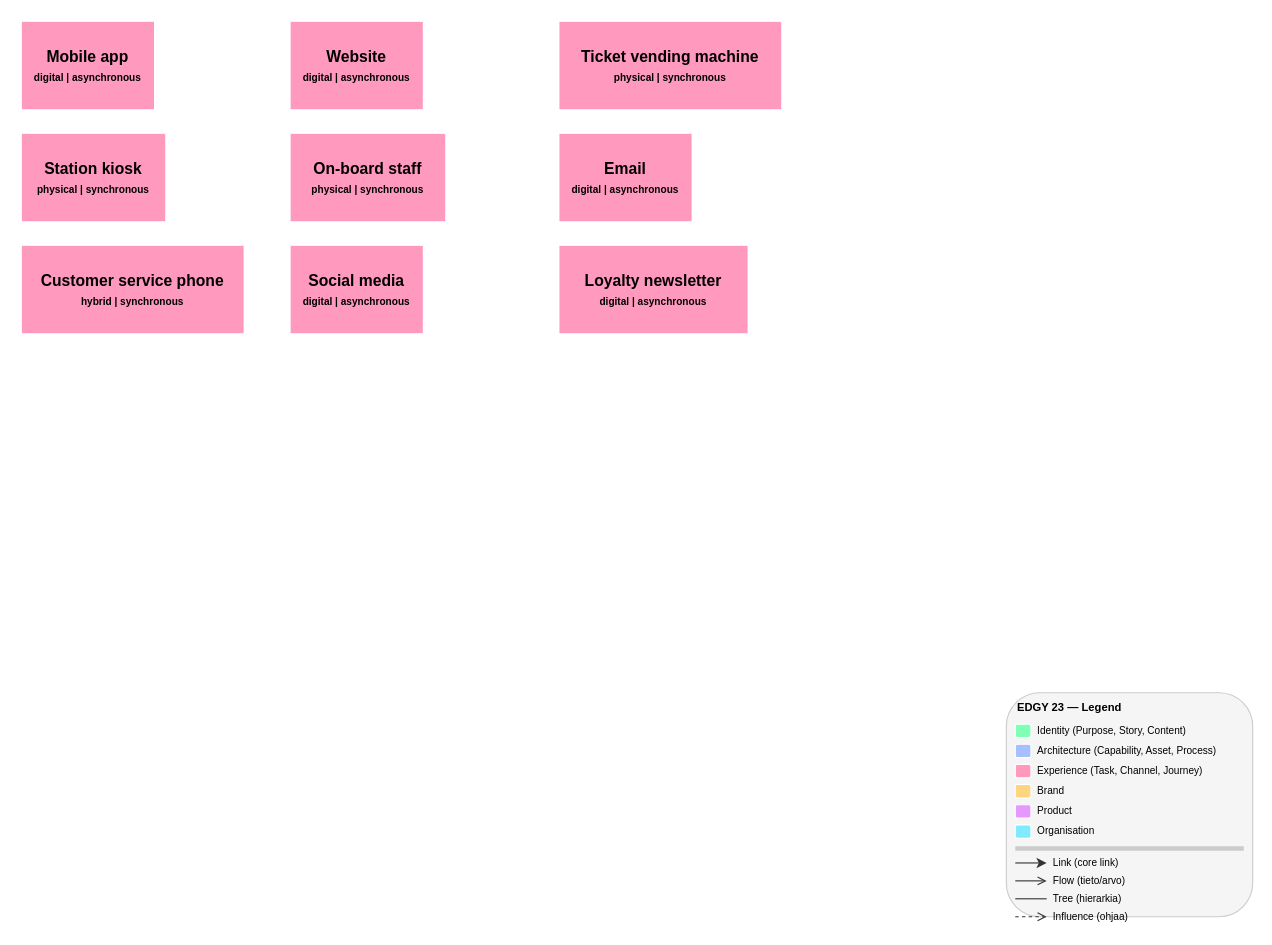
Above: skills/documentation/edgy-diagram/examples/expected-channel.drawio in Rahola/edgy-skills (draw.io), before the change. Source tidied: cells renumbered, new cells numbered last; positions are measured from the earlier drawing's top-left corner, leaving out a move shared by most shapes. Both pictures are drawn from the tidied source at 112%, with x=0, y=0 at pixel (20, 20).
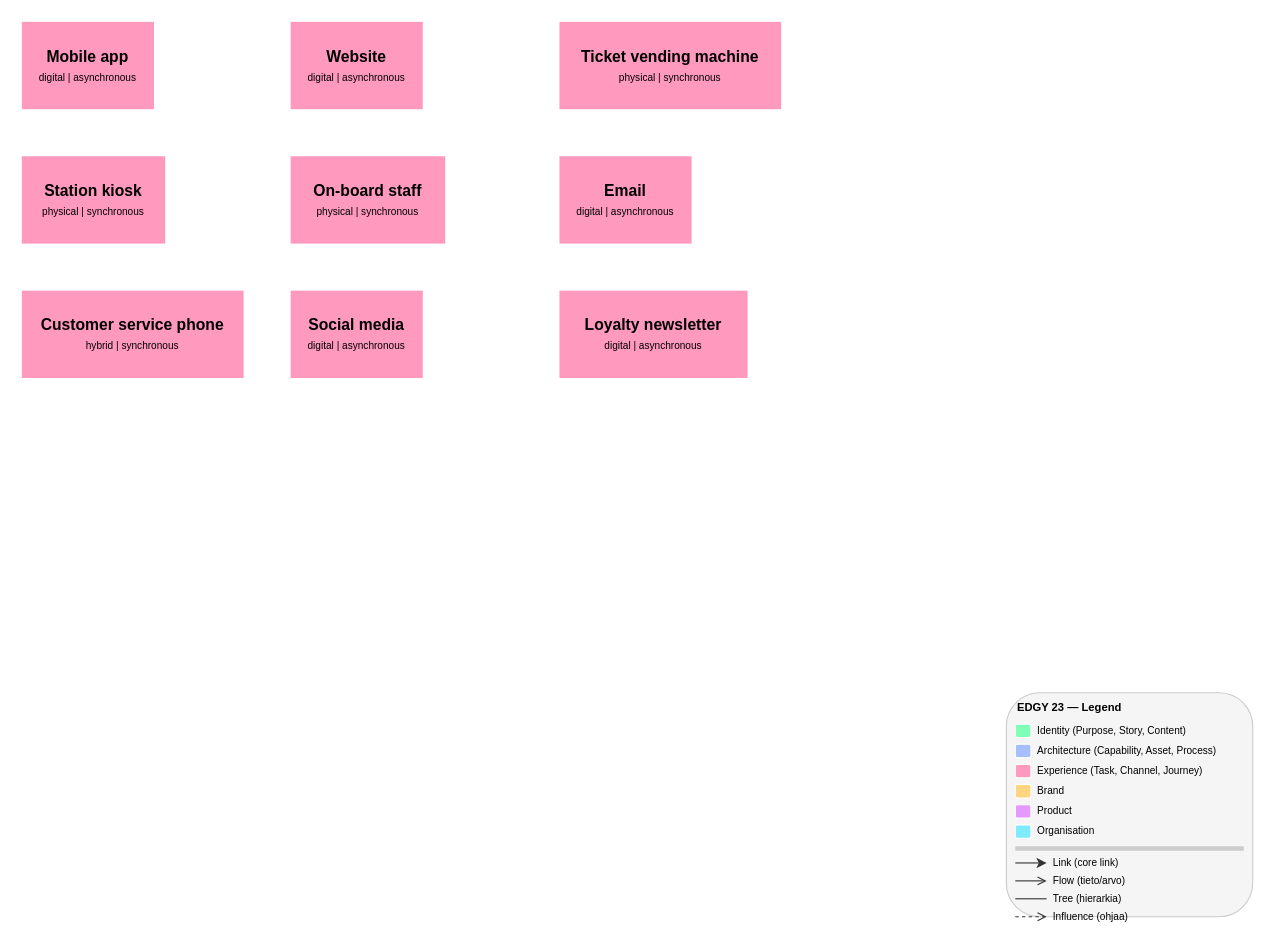
The same diagram, later.

The edit, as a diff of the source:
```diff
@@
-    <mxCell id="2" value="&lt;b&gt;Mobile app&lt;/b&gt;&lt;br&gt;&lt;font style=&quot;font-size:9px&quot;&gt;digital | asynchronous&lt;/font&gt;" style="whiteSpace=wrap;html=1;fillColor=#ff99bd;strokeColor=#FFFFFF;strokeWidth=2;verticalAlign=middle;fontStyle=1;fontSize=14;" parent="1" vertex="1">
+    <mxCell id="2" value="&lt;b&gt;Mobile app&lt;/b&gt;&lt;br&gt;&lt;font style=&quot;font-size:9px;font-weight:normal&quot;&gt;digital | asynchronous&lt;/font&gt;" style="whiteSpace=wrap;html=1;fillColor=#ff99bd;strokeColor=#FFFFFF;strokeWidth=2;verticalAlign=middle;fontStyle=1;fontSize=14;" parent="1" vertex="1">
       <mxGeometry width="120" height="80" as="geometry" />
     </mxCell>
-    <mxCell id="3" value="&lt;b&gt;Website&lt;/b&gt;&lt;br&gt;&lt;font style=&quot;font-size:9px&quot;&gt;digital | asynchronous&lt;/font&gt;" style="whiteSpace=wrap;html=1;fillColor=#ff99bd;strokeColor=#FFFFFF;strokeWidth=2;verticalAlign=middle;fontStyle=1;fontSize=14;" parent="1" vertex="1">
+    <mxCell id="3" value="&lt;b&gt;Website&lt;/b&gt;&lt;br&gt;&lt;font style=&quot;font-size:9px;font-weight:normal&quot;&gt;digital | asynchronous&lt;/font&gt;" style="whiteSpace=wrap;html=1;fillColor=#ff99bd;strokeColor=#FFFFFF;strokeWidth=2;verticalAlign=middle;fontStyle=1;fontSize=14;" parent="1" vertex="1">
       <mxGeometry x="240" width="120" height="80" as="geometry" />
     </mxCell>
-    <mxCell id="4" value="&lt;b&gt;Ticket vending machine&lt;/b&gt;&lt;br&gt;&lt;font style=&quot;font-size:9px&quot;&gt;physical | synchronous&lt;/font&gt;" style="whiteSpace=wrap;html=1;fillColor=#ff99bd;strokeColor=#FFFFFF;strokeWidth=2;verticalAlign=middle;fontStyle=1;fontSize=14;" parent="1" vertex="1">
+    <mxCell id="4" value="&lt;b&gt;Ticket vending machine&lt;/b&gt;&lt;br&gt;&lt;font style=&quot;font-size:9px;font-weight:normal&quot;&gt;physical | synchronous&lt;/font&gt;" style="whiteSpace=wrap;html=1;fillColor=#ff99bd;strokeColor=#FFFFFF;strokeWidth=2;verticalAlign=middle;fontStyle=1;fontSize=14;" parent="1" vertex="1">
       <mxGeometry x="480" width="200" height="80" as="geometry" />
     </mxCell>
-    <mxCell id="5" value="&lt;b&gt;Station kiosk&lt;/b&gt;&lt;br&gt;&lt;font style=&quot;font-size:9px&quot;&gt;physical | synchronous&lt;/font&gt;" style="whiteSpace=wrap;html=1;fillColor=#ff99bd;strokeColor=#FFFFFF;strokeWidth=2;verticalAlign=middle;fontStyle=1;fontSize=14;" parent="1" vertex="1">
-      <mxGeometry y="100" width="130" height="80" as="geometry" />
+    <mxCell id="5" value="&lt;b&gt;Station kiosk&lt;/b&gt;&lt;br&gt;&lt;font style=&quot;font-size:9px;font-weight:normal&quot;&gt;physical | synchronous&lt;/font&gt;" style="whiteSpace=wrap;html=1;fillColor=#ff99bd;strokeColor=#FFFFFF;strokeWidth=2;verticalAlign=middle;fontStyle=1;fontSize=14;" parent="1" vertex="1">
+      <mxGeometry y="120" width="130" height="80" as="geometry" />
     </mxCell>
-    <mxCell id="6" value="&lt;b&gt;On-board staff&lt;/b&gt;&lt;br&gt;&lt;font style=&quot;font-size:9px&quot;&gt;physical | synchronous&lt;/font&gt;" style="whiteSpace=wrap;html=1;fillColor=#ff99bd;strokeColor=#FFFFFF;strokeWidth=2;verticalAlign=middle;fontStyle=1;fontSize=14;" parent="1" vertex="1">
-      <mxGeometry x="240" y="100" width="140" height="80" as="geometry" />
+    <mxCell id="6" value="&lt;b&gt;On-board staff&lt;/b&gt;&lt;br&gt;&lt;font style=&quot;font-size:9px;font-weight:normal&quot;&gt;physical | synchronous&lt;/font&gt;" style="whiteSpace=wrap;html=1;fillColor=#ff99bd;strokeColor=#FFFFFF;strokeWidth=2;verticalAlign=middle;fontStyle=1;fontSize=14;" parent="1" vertex="1">
+      <mxGeometry x="240" y="120" width="140" height="80" as="geometry" />
     </mxCell>
-    <mxCell id="7" value="&lt;b&gt;Email&lt;/b&gt;&lt;br&gt;&lt;font style=&quot;font-size:9px&quot;&gt;digital | asynchronous&lt;/font&gt;" style="whiteSpace=wrap;html=1;fillColor=#ff99bd;strokeColor=#FFFFFF;strokeWidth=2;verticalAlign=middle;fontStyle=1;fontSize=14;" parent="1" vertex="1">
-      <mxGeometry x="480" y="100" width="120" height="80" as="geometry" />
+    <mxCell id="7" value="&lt;b&gt;Email&lt;/b&gt;&lt;br&gt;&lt;font style=&quot;font-size:9px;font-weight:normal&quot;&gt;digital | asynchronous&lt;/font&gt;" style="whiteSpace=wrap;html=1;fillColor=#ff99bd;strokeColor=#FFFFFF;strokeWidth=2;verticalAlign=middle;fontStyle=1;fontSize=14;" parent="1" vertex="1">
+      <mxGeometry x="480" y="120" width="120" height="80" as="geometry" />
     </mxCell>
-    <mxCell id="8" value="&lt;b&gt;Customer service phone&lt;/b&gt;&lt;br&gt;&lt;font style=&quot;font-size:9px&quot;&gt;hybrid | synchronous&lt;/font&gt;" style="whiteSpace=wrap;html=1;fillColor=#ff99bd;strokeColor=#FFFFFF;strokeWidth=2;verticalAlign=middle;fontStyle=1;fontSize=14;" parent="1" vertex="1">
-      <mxGeometry y="200" width="200" height="80" as="geometry" />
+    <mxCell id="8" value="&lt;b&gt;Customer service phone&lt;/b&gt;&lt;br&gt;&lt;font style=&quot;font-size:9px;font-weight:normal&quot;&gt;hybrid | synchronous&lt;/font&gt;" style="whiteSpace=wrap;html=1;fillColor=#ff99bd;strokeColor=#FFFFFF;strokeWidth=2;verticalAlign=middle;fontStyle=1;fontSize=14;" parent="1" vertex="1">
+      <mxGeometry y="240" width="200" height="80" as="geometry" />
     </mxCell>
-    <mxCell id="9" value="&lt;b&gt;Social media&lt;/b&gt;&lt;br&gt;&lt;font style=&quot;font-size:9px&quot;&gt;digital | asynchronous&lt;/font&gt;" style="whiteSpace=wrap;html=1;fillColor=#ff99bd;strokeColor=#FFFFFF;strokeWidth=2;verticalAlign=middle;fontStyle=1;fontSize=14;" parent="1" vertex="1">
-      <mxGeometry x="240" y="200" width="120" height="80" as="geometry" />
+    <mxCell id="9" value="&lt;b&gt;Social media&lt;/b&gt;&lt;br&gt;&lt;font style=&quot;font-size:9px;font-weight:normal&quot;&gt;digital | asynchronous&lt;/font&gt;" style="whiteSpace=wrap;html=1;fillColor=#ff99bd;strokeColor=#FFFFFF;strokeWidth=2;verticalAlign=middle;fontStyle=1;fontSize=14;" parent="1" vertex="1">
+      <mxGeometry x="240" y="240" width="120" height="80" as="geometry" />
     </mxCell>
-    <mxCell id="10" value="&lt;b&gt;Loyalty newsletter&lt;/b&gt;&lt;br&gt;&lt;font style=&quot;font-size:9px&quot;&gt;digital | asynchronous&lt;/font&gt;" style="whiteSpace=wrap;html=1;fillColor=#ff99bd;strokeColor=#FFFFFF;strokeWidth=2;verticalAlign=middle;fontStyle=1;fontSize=14;" parent="1" vertex="1">
-      <mxGeometry x="480" y="200" width="170" height="80" as="geometry" />
+    <mxCell id="10" value="&lt;b&gt;Loyalty newsletter&lt;/b&gt;&lt;br&gt;&lt;font style=&quot;font-size:9px;font-weight:normal&quot;&gt;digital | asynchronous&lt;/font&gt;" style="whiteSpace=wrap;html=1;fillColor=#ff99bd;strokeColor=#FFFFFF;strokeWidth=2;verticalAlign=middle;fontStyle=1;fontSize=14;" parent="1" vertex="1">
+      <mxGeometry x="480" y="240" width="170" height="80" as="geometry" />
     </mxCell>
```
